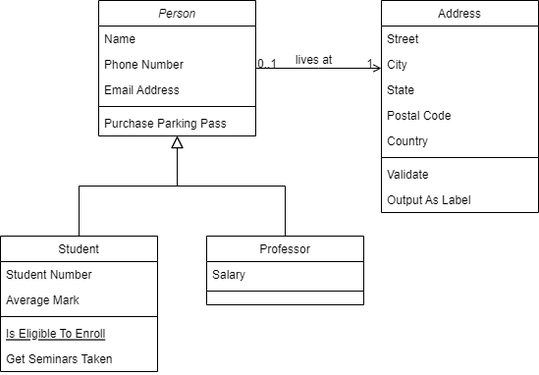
shilpathota/FlowCharts keeps this draw.io diagram as ClassDiagram.drawio.png. Above is the earlier version. Source tidied: cells renumbered, new cells last; positions are measured from the earlier drawing's top-left corner, leaving out a move shared by most shapes. Source of this version:
```xml
<mxGraphModel>
  <root>
    <mxCell id="0" />
    <mxCell id="1" parent="0" />
    <mxCell id="2" value="Person" style="swimlane;fontStyle=2;align=center;verticalAlign=top;horizontal=1;startSize=26;rounded=0;shadow=0;strokeWidth=1;" parent="1" vertex="1">
      <mxGeometry x="100" width="160" height="138" as="geometry" />
    </mxCell>
    <mxCell id="3" value="Name" style="text;align=left;verticalAlign=top;spacingLeft=4;spacingRight=4;overflow=hidden;" parent="2" vertex="1">
      <mxGeometry y="26" width="160" height="26" as="geometry" />
    </mxCell>
    <mxCell id="4" value="Phone Number" style="text;align=left;verticalAlign=top;spacingLeft=4;spacingRight=4;overflow=hidden;rounded=0;shadow=0;html=0;" parent="2" vertex="1">
      <mxGeometry y="52" width="160" height="26" as="geometry" />
    </mxCell>
    <mxCell id="5" value="Email Address" style="text;align=left;verticalAlign=top;spacingLeft=4;spacingRight=4;overflow=hidden;rounded=0;shadow=0;html=0;" parent="2" vertex="1">
      <mxGeometry y="78" width="160" height="26" as="geometry" />
    </mxCell>
    <mxCell id="6" style="line;html=1;strokeWidth=1;align=left;verticalAlign=middle;spacingTop=-1;spacingLeft=3;spacingRight=3;labelPosition=right;" parent="2" vertex="1">
      <mxGeometry y="104" width="160" height="8" as="geometry" />
    </mxCell>
    <mxCell id="7" value="Purchase Parking Pass" style="text;align=left;verticalAlign=top;spacingLeft=4;spacingRight=4;overflow=hidden;" parent="2" vertex="1">
      <mxGeometry y="112" width="160" height="26" as="geometry" />
    </mxCell>
    <mxCell id="8" value="Student" style="swimlane;fontStyle=0;align=center;verticalAlign=top;horizontal=1;startSize=26;rounded=0;shadow=0;strokeWidth=1;" parent="1" vertex="1">
      <mxGeometry y="240" width="160" height="138" as="geometry" />
    </mxCell>
    <mxCell id="9" value="Student Number" style="text;align=left;verticalAlign=top;spacingLeft=4;spacingRight=4;overflow=hidden;" parent="8" vertex="1">
      <mxGeometry y="26" width="160" height="26" as="geometry" />
    </mxCell>
    <mxCell id="10" value="Average Mark" style="text;align=left;verticalAlign=top;spacingLeft=4;spacingRight=4;overflow=hidden;rounded=0;shadow=0;html=0;" parent="8" vertex="1">
      <mxGeometry y="52" width="160" height="26" as="geometry" />
    </mxCell>
    <mxCell id="11" style="line;html=1;strokeWidth=1;align=left;verticalAlign=middle;spacingTop=-1;spacingLeft=3;spacingRight=3;labelPosition=right;" parent="8" vertex="1">
      <mxGeometry y="78" width="160" height="8" as="geometry" />
    </mxCell>
    <mxCell id="12" value="Is Eligible To Enroll" style="text;align=left;verticalAlign=top;spacingLeft=4;spacingRight=4;overflow=hidden;fontStyle=4;" parent="8" vertex="1">
      <mxGeometry y="86" width="160" height="26" as="geometry" />
    </mxCell>
    <mxCell id="13" value="Get Seminars Taken" style="text;align=left;verticalAlign=top;spacingLeft=4;spacingRight=4;overflow=hidden;" parent="8" vertex="1">
      <mxGeometry y="112" width="160" height="26" as="geometry" />
    </mxCell>
    <mxCell id="14" style="endArrow=block;endSize=10;endFill=0;shadow=0;strokeWidth=1;rounded=0;edgeStyle=elbowEdgeStyle;elbow=vertical;" parent="1" edge="1" source="8" target="2">
      <mxGeometry relative="1" as="geometry" />
    </mxCell>
    <mxCell id="15" value="Professor" style="swimlane;fontStyle=0;align=center;verticalAlign=top;horizontal=1;startSize=26;rounded=0;shadow=0;strokeWidth=1;" parent="1" vertex="1">
      <mxGeometry x="210" y="240" width="160" height="70" as="geometry" />
    </mxCell>
    <mxCell id="16" value="Salary" style="text;align=left;verticalAlign=top;spacingLeft=4;spacingRight=4;overflow=hidden;" parent="15" vertex="1">
      <mxGeometry y="26" width="160" height="26" as="geometry" />
    </mxCell>
    <mxCell id="17" style="line;html=1;strokeWidth=1;align=left;verticalAlign=middle;spacingTop=-1;spacingLeft=3;spacingRight=3;labelPosition=right;" parent="15" vertex="1">
      <mxGeometry y="52" width="160" height="8" as="geometry" />
    </mxCell>
    <mxCell id="18" style="endArrow=block;endSize=10;endFill=0;shadow=0;strokeWidth=1;rounded=0;edgeStyle=elbowEdgeStyle;elbow=vertical;" parent="1" edge="1" source="15" target="2">
      <mxGeometry relative="1" as="geometry" />
    </mxCell>
    <mxCell id="19" value="Address" style="swimlane;fontStyle=0;align=center;verticalAlign=top;horizontal=1;startSize=26;rounded=0;shadow=0;strokeWidth=1;" parent="1" vertex="1">
      <mxGeometry x="388" width="160" height="216" as="geometry" />
    </mxCell>
    <mxCell id="20" value="Street" style="text;align=left;verticalAlign=top;spacingLeft=4;spacingRight=4;overflow=hidden;" parent="19" vertex="1">
      <mxGeometry y="26" width="160" height="26" as="geometry" />
    </mxCell>
    <mxCell id="21" value="City" style="text;align=left;verticalAlign=top;spacingLeft=4;spacingRight=4;overflow=hidden;rounded=0;shadow=0;html=0;" parent="19" vertex="1">
      <mxGeometry y="52" width="160" height="26" as="geometry" />
    </mxCell>
    <mxCell id="22" value="State" style="text;align=left;verticalAlign=top;spacingLeft=4;spacingRight=4;overflow=hidden;rounded=0;shadow=0;html=0;" parent="19" vertex="1">
      <mxGeometry y="78" width="160" height="26" as="geometry" />
    </mxCell>
    <mxCell id="23" value="Postal Code" style="text;align=left;verticalAlign=top;spacingLeft=4;spacingRight=4;overflow=hidden;rounded=0;shadow=0;html=0;" parent="19" vertex="1">
      <mxGeometry y="104" width="160" height="26" as="geometry" />
    </mxCell>
    <mxCell id="24" value="Country" style="text;align=left;verticalAlign=top;spacingLeft=4;spacingRight=4;overflow=hidden;rounded=0;shadow=0;html=0;" parent="19" vertex="1">
      <mxGeometry y="130" width="160" height="26" as="geometry" />
    </mxCell>
    <mxCell id="25" style="line;html=1;strokeWidth=1;align=left;verticalAlign=middle;spacingTop=-1;spacingLeft=3;spacingRight=3;labelPosition=right;" parent="19" vertex="1">
      <mxGeometry y="156" width="160" height="8" as="geometry" />
    </mxCell>
    <mxCell id="26" value="Validate" style="text;align=left;verticalAlign=top;spacingLeft=4;spacingRight=4;overflow=hidden;" parent="19" vertex="1">
      <mxGeometry y="164" width="160" height="26" as="geometry" />
    </mxCell>
    <mxCell id="27" value="Output As Label" style="text;align=left;verticalAlign=top;spacingLeft=4;spacingRight=4;overflow=hidden;" parent="19" vertex="1">
      <mxGeometry y="190" width="160" height="26" as="geometry" />
    </mxCell>
    <mxCell id="28" style="endArrow=open;shadow=0;strokeWidth=1;rounded=0;endFill=1;edgeStyle=elbowEdgeStyle;elbow=vertical;" parent="1" edge="1" source="2" target="19">
      <mxGeometry x="0.5" y="41" relative="1" as="geometry">
        <mxPoint x="-40" y="32" as="offset" />
      </mxGeometry>
    </mxCell>
    <mxCell id="29" value="0..1" style="align=left;verticalAlign=bottom;labelBackgroundColor=none;fontSize=12;" parent="28" vertex="1">
      <mxGeometry x="-1" relative="1" as="geometry">
        <mxPoint y="4" as="offset" />
      </mxGeometry>
    </mxCell>
    <mxCell id="30" value="1" style="align=right;verticalAlign=bottom;labelBackgroundColor=none;fontSize=12;" parent="28" vertex="1">
      <mxGeometry x="1" relative="1" as="geometry">
        <mxPoint x="-7" y="4" as="offset" />
      </mxGeometry>
    </mxCell>
    <mxCell id="31" value="lives at" style="text;html=1;align=center;verticalAlign=middle;labelBackgroundColor=none;rounded=0;shadow=0;strokeWidth=1;fontSize=12;" parent="28" vertex="1">
      <mxGeometry x="0.5" y="49" relative="1" as="geometry">
        <mxPoint x="-38" y="40" as="offset" />
      </mxGeometry>
    </mxCell>
  </root>
</mxGraphModel>
```
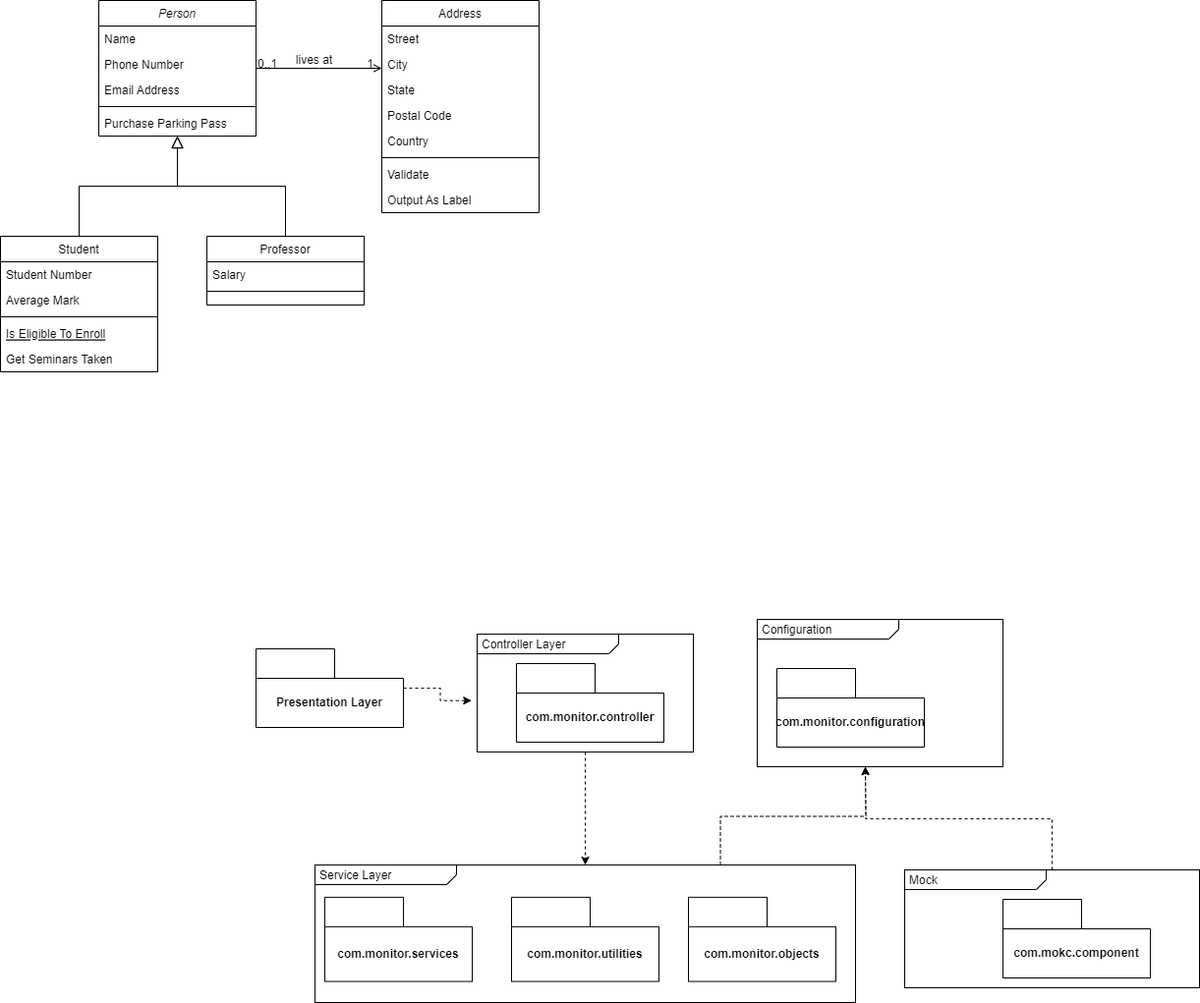
Above is the later version.

Diff of the diagram source:
```diff
@@ -100,5 +100,66 @@
         <mxPoint x="-38" y="40" as="offset" />
       </mxGeometry>
     </mxCell>
+    <mxCell id="32" style="group;" parent="1" vertex="1">
+      <mxGeometry x="770" y="630" width="250" height="150" as="geometry" />
+    </mxCell>
+    <mxCell id="33" value="&lt;p style=&quot;margin:0px;margin-top:4px;margin-left:5px;text-align:left;&quot;&gt;Configuration&lt;/p&gt;" style="html=1;shape=mxgraph.sysml.package;overflow=fill;labelX=144;align=left;spacingLeft=5;verticalAlign=top;spacingTop=-3;" parent="32" vertex="1">
+      <mxGeometry width="250" height="150" as="geometry" />
+    </mxCell>
+    <mxCell id="34" value="com.monitor.configuration" style="shape=folder;fontStyle=1;tabWidth=80;tabHeight=30;tabPosition=left;html=1;boundedLbl=1;whiteSpace=wrap;" parent="32" vertex="1">
+      <mxGeometry x="20" y="50" width="150" height="80" as="geometry" />
+    </mxCell>
+    <mxCell id="35" style="group;" parent="1" vertex="1">
+      <mxGeometry x="485" y="645" width="220" height="120" as="geometry" />
+    </mxCell>
+    <mxCell id="36" value="&lt;p style=&quot;margin:0px;margin-top:4px;margin-left:5px;text-align:left;&quot;&gt;Controller Layer&lt;/p&gt;" style="html=1;shape=mxgraph.sysml.package;overflow=fill;labelX=144;align=left;spacingLeft=5;verticalAlign=top;spacingTop=-3;" parent="35" vertex="1">
+      <mxGeometry width="220" height="120" as="geometry" />
+    </mxCell>
+    <mxCell id="37" value="com.monitor.controller" style="shape=folder;fontStyle=1;tabWidth=80;tabHeight=30;tabPosition=left;html=1;boundedLbl=1;whiteSpace=wrap;" parent="35" vertex="1">
+      <mxGeometry x="40" y="30" width="150" height="80" as="geometry" />
+    </mxCell>
+    <mxCell id="38" style="group;" parent="1" vertex="1">
+      <mxGeometry x="920" y="885" width="300" height="120" as="geometry" />
+    </mxCell>
+    <mxCell id="39" style="edgeStyle=orthogonalEdgeStyle;rounded=0;jettySize=auto;html=1;exitX=0.5;exitY=0;exitDx=0;exitDy=0;exitPerimeter=0;dashed=1;" parent="38" edge="1" source="40">
+      <mxGeometry relative="1" as="geometry">
+        <mxPoint x="-40" y="-105" as="targetPoint" />
+      </mxGeometry>
+    </mxCell>
+    <mxCell id="40" value="&lt;p style=&quot;margin:0px;margin-top:4px;margin-left:5px;text-align:left;&quot;&gt;Mock&lt;/p&gt;" style="html=1;shape=mxgraph.sysml.package;overflow=fill;labelX=144;align=left;spacingLeft=5;verticalAlign=top;spacingTop=-3;" parent="38" vertex="1">
+      <mxGeometry width="300" height="120" as="geometry" />
+    </mxCell>
+    <mxCell id="41" value="com.mokc.component" style="shape=folder;fontStyle=1;tabWidth=80;tabHeight=30;tabPosition=left;html=1;boundedLbl=1;whiteSpace=wrap;" parent="38" vertex="1">
+      <mxGeometry x="100" y="30" width="150" height="80" as="geometry" />
+    </mxCell>
+    <mxCell id="42" style="group;" parent="1" vertex="1">
+      <mxGeometry x="320" y="870" width="550" height="150" as="geometry" />
+    </mxCell>
+    <mxCell id="43" style="edgeStyle=orthogonalEdgeStyle;rounded=0;jettySize=auto;html=1;exitX=0.75;exitY=0;exitDx=0;exitDy=0;exitPerimeter=0;dashed=1;" parent="42" edge="1" source="44">
+      <mxGeometry relative="1" as="geometry">
+        <mxPoint x="560" y="-90" as="targetPoint" />
+      </mxGeometry>
+    </mxCell>
+    <mxCell id="44" value="&lt;p style=&quot;margin:0px;margin-top:4px;margin-left:5px;text-align:left;&quot;&gt;Service Layer&lt;/p&gt;" style="html=1;shape=mxgraph.sysml.package;overflow=fill;labelX=144;align=left;spacingLeft=5;verticalAlign=top;spacingTop=-3;" parent="42" vertex="1">
+      <mxGeometry y="10" width="550" height="140" as="geometry" />
+    </mxCell>
+    <mxCell id="45" value="com.monitor.services" style="shape=folder;fontStyle=1;tabWidth=80;tabHeight=30;tabPosition=left;html=1;boundedLbl=1;whiteSpace=wrap;" parent="42" vertex="1">
+      <mxGeometry x="10" y="42.9" width="150" height="85.7" as="geometry" />
+    </mxCell>
+    <mxCell id="46" value="com.monitor.utilities" style="shape=folder;fontStyle=1;tabWidth=80;tabHeight=30;tabPosition=left;html=1;boundedLbl=1;whiteSpace=wrap;" parent="42" vertex="1">
+      <mxGeometry x="200" y="42.9" width="150" height="85.7" as="geometry" />
+    </mxCell>
+    <mxCell id="47" value="com.monitor.objects" style="shape=folder;fontStyle=1;tabWidth=80;tabHeight=30;tabPosition=left;html=1;boundedLbl=1;whiteSpace=wrap;" parent="42" vertex="1">
+      <mxGeometry x="380" y="42.9" width="150" height="85.7" as="geometry" />
+    </mxCell>
+    <mxCell id="48" style="edgeStyle=orthogonalEdgeStyle;rounded=0;jettySize=auto;html=1;dashed=1;" parent="1" edge="1" source="36" target="44">
+      <mxGeometry relative="1" as="geometry" />
+    </mxCell>
+    <mxCell id="49" style="edgeStyle=orthogonalEdgeStyle;rounded=0;jettySize=auto;html=1;entryX=-0.026;entryY=0.564;entryDx=0;entryDy=0;entryPerimeter=0;dashed=1;" parent="1" edge="1" source="50" target="36">
+      <mxGeometry relative="1" as="geometry" />
+    </mxCell>
+    <mxCell id="50" value="Presentation Layer" style="shape=folder;fontStyle=1;tabWidth=80;tabHeight=30;tabPosition=left;html=1;boundedLbl=1;whiteSpace=wrap;" parent="1" vertex="1">
+      <mxGeometry x="260" y="660" width="150" height="80" as="geometry" />
+    </mxCell>
   </root>
 </mxGraphModel>
```
